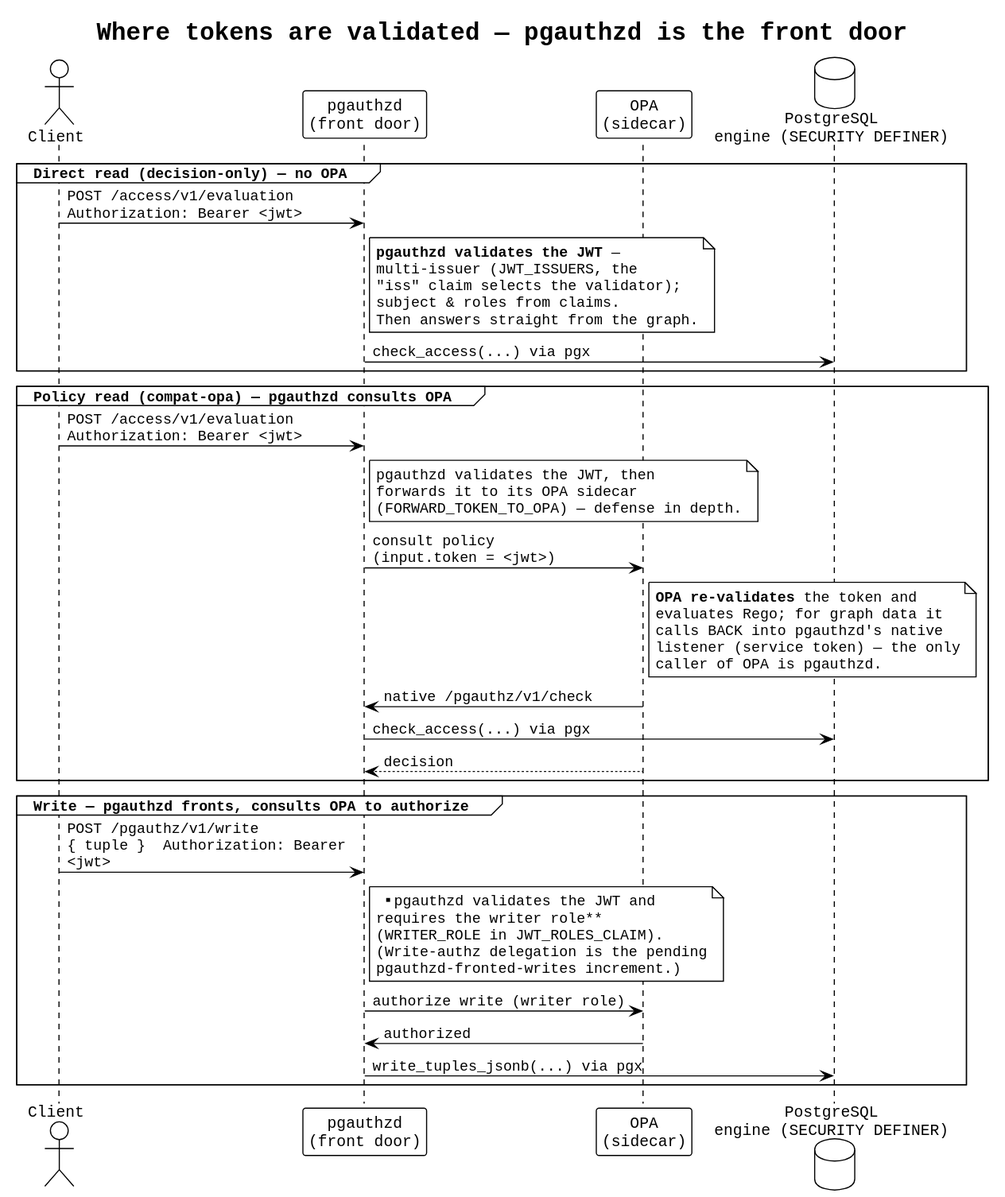
Above: docs/architecture-token-flow.svg in thomasdarimont/pgauthz (PlantUML), before the change.
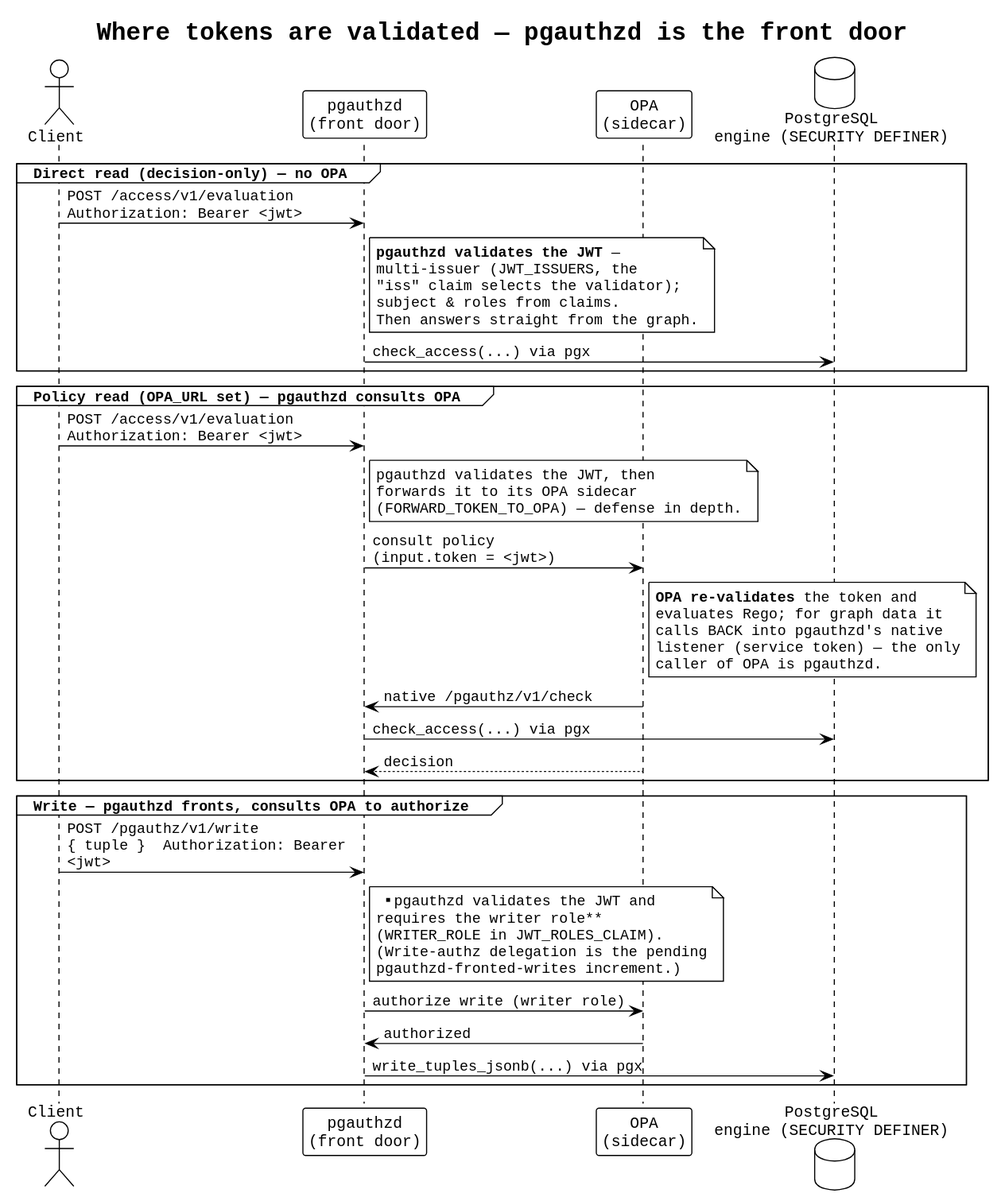
Above is the later version.

What changed in the source:
```diff
@@ -24,7 +24,7 @@
   pgd -> pg : check_access(...) via pgx
 end
 
-group Policy read (compat-opa) — pgauthzd consults OPA
+group Policy read (OPA_URL set) — pgauthzd consults OPA
   app -> pgd : POST /access/v1/evaluation\nAuthorization: Bearer <jwt>
   note right of pgd
     pgauthzd validates the JWT, then
```
